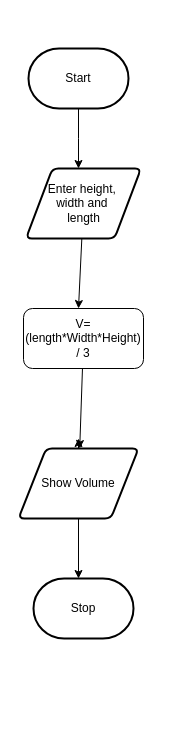
MTHS-ICD2O-1-2024/ICD2O-Unit-3-02-Trisha-Ray keeps this draw.io diagram as design/flowchart.drawio. Above is the earlier version. Source tidied: cells renumbered, new cells numbered last; positions are measured from the earlier drawing's top-left corner, leaving out a move shared by most shapes. Both pictures are drawn from the tidied source at 100%, with x=0, y=0 at pixel (18, 48).
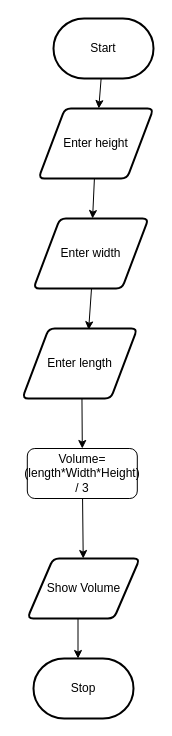
The same diagram, later.

The edit, as a diff of the source:
```diff
@@
 <mxGraphModel>
   <root>
     <mxCell id="0" />
     <mxCell id="1" parent="0" />
+    <mxCell id="12" style="edgeStyle=none;html=1;" parent="1" edge="1" source="2" target="5">
+      <mxGeometry relative="1" as="geometry" />
+    </mxCell>
     <mxCell id="2" value="Start" style="strokeWidth=2;html=1;shape=mxgraph.flowchart.terminator;whiteSpace=wrap;" parent="1" vertex="1">
-      <mxGeometry x="10" width="100" height="60" as="geometry" />
+      <mxGeometry x="35" y="-30" width="100" height="60" as="geometry" />
     </mxCell>
     <mxCell id="3" value="Stop" style="strokeWidth=2;html=1;shape=mxgraph.flowchart.terminator;whiteSpace=wrap;" parent="1" vertex="1">
-      <mxGeometry x="15" y="530" width="100" height="60" as="geometry" />
+      <mxGeometry x="15" y="610" width="100" height="60" as="geometry" />
     </mxCell>
-    <mxCell id="4" style="edgeStyle=none;html=1;" parent="1" edge="1" source="5">
+    <mxCell id="4" style="edgeStyle=none;html=1;entryX=0.5;entryY=0;entryDx=0;entryDy=0;" parent="1" edge="1" target="8">
       <mxGeometry relative="1" as="geometry">
-        <mxPoint x="60" y="260" as="targetPoint" />
+        <mxPoint x="63.2" y="310" as="sourcePoint" />
       </mxGeometry>
     </mxCell>
+    <mxCell id="13" style="edgeStyle=none;html=1;" parent="1" edge="1" source="5" target="15">
+      <mxGeometry relative="1" as="geometry" />
+    </mxCell>
-    <mxCell id="5" value="Enter height,&amp;nbsp;&lt;div&gt;width and&amp;nbsp;&lt;/div&gt;&lt;div&gt;length&lt;/div&gt;" style="shape=parallelogram;html=1;strokeWidth=2;perimeter=parallelogramPerimeter;whiteSpace=wrap;rounded=1;arcSize=12;size=0.23;" parent="1" vertex="1">
-      <mxGeometry x="7.5" y="120" width="115" height="70" as="geometry" />
+    <mxCell id="5" value="Enter height" style="shape=parallelogram;html=1;strokeWidth=2;perimeter=parallelogramPerimeter;whiteSpace=wrap;rounded=1;arcSize=12;size=0.23;" parent="1" vertex="1">
+      <mxGeometry x="20" y="60" width="115" height="70" as="geometry" />
     </mxCell>
-    <mxCell id="6" style="edgeStyle=orthogonalEdgeStyle;html=1;exitX=0.5;exitY=1;exitDx=0;exitDy=0;exitPerimeter=0;strokeColor=default;rounded=0;curved=0;" parent="1" edge="1" source="2">
-      <mxGeometry relative="1" as="geometry">
-        <mxPoint x="60" y="120" as="targetPoint" />
-      </mxGeometry>
-    </mxCell>
     <mxCell id="7" style="edgeStyle=none;html=1;" parent="1" edge="1" source="8" target="11">
       <mxGeometry relative="1" as="geometry" />
     </mxCell>
-    <mxCell id="8" value="V= (length*Width*Height) / 3" style="rounded=1;whiteSpace=wrap;html=1;" parent="1" vertex="1">
-      <mxGeometry x="5" y="260" width="120" height="60" as="geometry" />
+    <mxCell id="8" value="Volume= (length*Width*Height) / 3" style="rounded=1;whiteSpace=wrap;html=1;" parent="1" vertex="1">
+      <mxGeometry x="8.8" y="400" width="110" height="50" as="geometry" />
     </mxCell>
-    <mxCell id="9" style="edgeStyle=none;html=1;" parent="1" edge="1" source="11">
-      <mxGeometry relative="1" as="geometry">
-        <mxPoint x="60" y="390" as="targetPoint" />
-        <Array as="points">
-          <mxPoint x="60" y="390" />
-        </Array>
-      </mxGeometry>
-    </mxCell>
-    <mxCell id="10" style="edgeStyle=none;html=1;" parent="1" edge="1" source="11">
+    <mxCell id="10" style="edgeStyle=none;html=1;" parent="1" edge="1">
       <mxGeometry relative="1" as="geometry">
-        <mxPoint x="60" y="530" as="targetPoint" />
+        <mxPoint x="59.5" y="550" as="sourcePoint" />
+        <mxPoint x="59.5" y="610" as="targetPoint" />
       </mxGeometry>
     </mxCell>
     <mxCell id="11" value="Show Volume" style="shape=parallelogram;html=1;strokeWidth=2;perimeter=parallelogramPerimeter;whiteSpace=wrap;rounded=1;arcSize=12;size=0.23;" parent="1" vertex="1">
-      <mxGeometry y="400" width="120" height="70" as="geometry" />
+      <mxGeometry x="8.8" y="510" width="112.5" height="60" as="geometry" />
     </mxCell>
+    <mxCell id="14" value="Enter length" style="shape=parallelogram;html=1;strokeWidth=2;perimeter=parallelogramPerimeter;whiteSpace=wrap;rounded=1;arcSize=12;size=0.23;" parent="1" vertex="1">
+      <mxGeometry x="3.8" y="280" width="115" height="70" as="geometry" />
+    </mxCell>
+    <mxCell id="15" value="Enter width" style="shape=parallelogram;html=1;strokeWidth=2;perimeter=parallelogramPerimeter;whiteSpace=wrap;rounded=1;arcSize=12;size=0.23;" parent="1" vertex="1">
+      <mxGeometry x="15" y="170" width="115" height="70" as="geometry" />
+    </mxCell>
+    <mxCell id="16" style="edgeStyle=none;html=1;entryX=0.577;entryY=0.018;entryDx=0;entryDy=0;entryPerimeter=0;" parent="1" edge="1" source="15" target="14">
+      <mxGeometry relative="1" as="geometry">
+        <Array as="points">
+          <mxPoint x="73" y="240" />
+        </Array>
+      </mxGeometry>
+    </mxCell>
   </root>
 </mxGraphModel>
```
